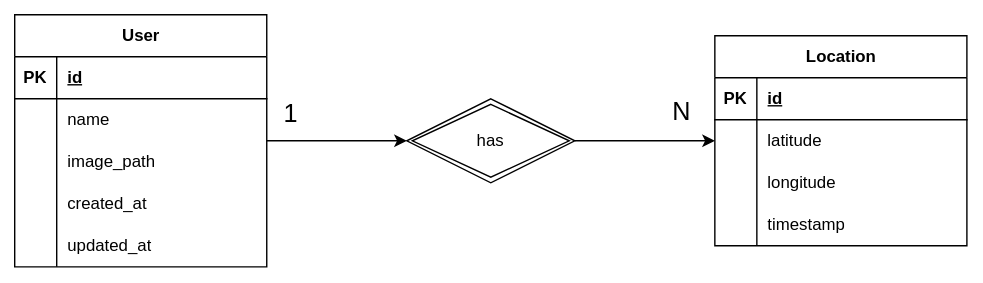
Before: docs/db-schema.drawio.svg, a diagram exported from draw.io (lchristmann/selfhosted-tracker-backend). Source tidied: cells renumbered, new cells last; positions are measured from the earlier drawing's top-left corner, leaving out a move shared by most shapes. Source of this version:
```xml
<mxGraphModel background="#ffffff">
  <root>
    <mxCell id="0" />
    <mxCell id="1" parent="0" />
    <mxCell id="2" style="edgeStyle=none;html=1;" parent="1" edge="1" source="3" target="34">
      <mxGeometry relative="1" as="geometry" />
    </mxCell>
    <mxCell id="3" value="User" style="shape=table;startSize=30;rowLines=0;fontStyle=1;align=center;html=1;" parent="1" vertex="1">
      <mxGeometry width="180" height="180" as="geometry" />
    </mxCell>
    <mxCell id="4" style="shape=tableRow;horizontal=0;startSize=0;swimlaneHead=0;swimlaneBody=0;fillColor=none;top=0;left=0;right=0;bottom=1;" parent="3" vertex="1">
      <mxGeometry y="30" width="180" height="30" as="geometry" />
    </mxCell>
    <mxCell id="5" value="PK" style="shape=partialRectangle;fillColor=none;top=0;left=0;bottom=0;right=0;fontStyle=1;overflow=hidden;whiteSpace=wrap;html=1;" parent="4" vertex="1">
      <mxGeometry width="30" height="30" as="geometry" />
    </mxCell>
    <mxCell id="6" value="id" style="shape=partialRectangle;fillColor=none;top=0;left=0;bottom=0;right=0;align=left;spacingLeft=6;fontStyle=5;overflow=hidden;whiteSpace=wrap;html=1;" parent="4" vertex="1">
      <mxGeometry x="30" width="150" height="30" as="geometry" />
    </mxCell>
    <mxCell id="7" style="shape=tableRow;horizontal=0;startSize=0;swimlaneHead=0;swimlaneBody=0;fillColor=none;top=0;left=0;right=0;bottom=0;" parent="3" vertex="1">
      <mxGeometry y="60" width="180" height="30" as="geometry" />
    </mxCell>
    <mxCell id="8" style="shape=partialRectangle;fillColor=none;top=0;left=0;bottom=0;right=0;overflow=hidden;whiteSpace=wrap;html=1;" parent="7" vertex="1">
      <mxGeometry width="30" height="30" as="geometry" />
    </mxCell>
    <mxCell id="9" value="name" style="shape=partialRectangle;fillColor=none;top=0;left=0;bottom=0;right=0;align=left;spacingLeft=6;overflow=hidden;whiteSpace=wrap;html=1;" parent="7" vertex="1">
      <mxGeometry x="30" width="150" height="30" as="geometry" />
    </mxCell>
    <mxCell id="10" style="shape=tableRow;horizontal=0;startSize=0;swimlaneHead=0;swimlaneBody=0;fillColor=none;top=0;left=0;right=0;bottom=0;" parent="3" vertex="1">
      <mxGeometry y="90" width="180" height="30" as="geometry" />
    </mxCell>
    <mxCell id="11" style="shape=partialRectangle;fillColor=none;top=0;left=0;bottom=0;right=0;overflow=hidden;whiteSpace=wrap;html=1;" parent="10" vertex="1">
      <mxGeometry width="30" height="30" as="geometry" />
    </mxCell>
    <mxCell id="12" value="image_path" style="shape=partialRectangle;fillColor=none;top=0;left=0;bottom=0;right=0;align=left;spacingLeft=6;overflow=hidden;whiteSpace=wrap;html=1;" parent="10" vertex="1">
      <mxGeometry x="30" width="150" height="30" as="geometry" />
    </mxCell>
    <mxCell id="13" style="shape=tableRow;horizontal=0;startSize=0;swimlaneHead=0;swimlaneBody=0;fillColor=none;top=0;left=0;right=0;bottom=0;" parent="3" vertex="1">
      <mxGeometry y="120" width="180" height="30" as="geometry" />
    </mxCell>
    <mxCell id="14" style="shape=partialRectangle;fillColor=none;top=0;left=0;bottom=0;right=0;overflow=hidden;whiteSpace=wrap;html=1;" parent="13" vertex="1">
      <mxGeometry width="30" height="30" as="geometry" />
    </mxCell>
    <mxCell id="15" value="created_at" style="shape=partialRectangle;fillColor=none;top=0;left=0;bottom=0;right=0;align=left;spacingLeft=6;overflow=hidden;whiteSpace=wrap;html=1;" parent="13" vertex="1">
      <mxGeometry x="30" width="150" height="30" as="geometry" />
    </mxCell>
    <mxCell id="16" style="shape=tableRow;horizontal=0;startSize=0;swimlaneHead=0;swimlaneBody=0;fillColor=none;top=0;left=0;right=0;bottom=0;" parent="3" vertex="1">
      <mxGeometry y="150" width="180" height="30" as="geometry" />
    </mxCell>
    <mxCell id="17" style="shape=partialRectangle;fillColor=none;top=0;left=0;bottom=0;right=0;overflow=hidden;whiteSpace=wrap;html=1;" parent="16" vertex="1">
      <mxGeometry width="30" height="30" as="geometry" />
    </mxCell>
    <mxCell id="18" value="updated_at" style="shape=partialRectangle;fillColor=none;top=0;left=0;bottom=0;right=0;align=left;spacingLeft=6;overflow=hidden;whiteSpace=wrap;html=1;" parent="16" vertex="1">
      <mxGeometry x="30" width="150" height="30" as="geometry" />
    </mxCell>
    <mxCell id="19" value="Location" style="shape=table;startSize=30;rowLines=0;fontStyle=1;align=center;html=1;" parent="1" vertex="1">
      <mxGeometry x="500" y="15" width="180" height="150" as="geometry" />
    </mxCell>
    <mxCell id="20" style="shape=tableRow;horizontal=0;startSize=0;swimlaneHead=0;swimlaneBody=0;fillColor=none;top=0;left=0;right=0;bottom=1;" parent="19" vertex="1">
      <mxGeometry y="30" width="180" height="30" as="geometry" />
    </mxCell>
    <mxCell id="21" value="PK" style="shape=partialRectangle;fillColor=none;top=0;left=0;bottom=0;right=0;fontStyle=1;overflow=hidden;whiteSpace=wrap;html=1;" parent="20" vertex="1">
      <mxGeometry width="30" height="30" as="geometry" />
    </mxCell>
    <mxCell id="22" value="id" style="shape=partialRectangle;fillColor=none;top=0;left=0;bottom=0;right=0;align=left;spacingLeft=6;fontStyle=5;overflow=hidden;whiteSpace=wrap;html=1;" parent="20" vertex="1">
      <mxGeometry x="30" width="150" height="30" as="geometry" />
    </mxCell>
    <mxCell id="23" style="shape=tableRow;horizontal=0;startSize=0;swimlaneHead=0;swimlaneBody=0;fillColor=none;top=0;left=0;right=0;bottom=0;" parent="19" vertex="1">
      <mxGeometry y="60" width="180" height="30" as="geometry" />
    </mxCell>
    <mxCell id="24" style="shape=partialRectangle;fillColor=none;top=0;left=0;bottom=0;right=0;overflow=hidden;whiteSpace=wrap;html=1;" parent="23" vertex="1">
      <mxGeometry width="30" height="30" as="geometry" />
    </mxCell>
    <mxCell id="25" value="latitude" style="shape=partialRectangle;fillColor=none;top=0;left=0;bottom=0;right=0;align=left;spacingLeft=6;overflow=hidden;whiteSpace=wrap;html=1;" parent="23" vertex="1">
      <mxGeometry x="30" width="150" height="30" as="geometry" />
    </mxCell>
    <mxCell id="26" style="shape=tableRow;horizontal=0;startSize=0;swimlaneHead=0;swimlaneBody=0;fillColor=none;top=0;left=0;right=0;bottom=0;" parent="19" vertex="1">
      <mxGeometry y="90" width="180" height="30" as="geometry" />
    </mxCell>
    <mxCell id="27" style="shape=partialRectangle;fillColor=none;top=0;left=0;bottom=0;right=0;overflow=hidden;whiteSpace=wrap;html=1;" parent="26" vertex="1">
      <mxGeometry width="30" height="30" as="geometry" />
    </mxCell>
    <mxCell id="28" value="longitude" style="shape=partialRectangle;fillColor=none;top=0;left=0;bottom=0;right=0;align=left;spacingLeft=6;overflow=hidden;whiteSpace=wrap;html=1;" parent="26" vertex="1">
      <mxGeometry x="30" width="150" height="30" as="geometry" />
    </mxCell>
    <mxCell id="29" style="shape=tableRow;horizontal=0;startSize=0;swimlaneHead=0;swimlaneBody=0;fillColor=none;top=0;left=0;right=0;bottom=0;" parent="19" vertex="1">
      <mxGeometry y="120" width="180" height="30" as="geometry" />
    </mxCell>
    <mxCell id="30" style="shape=partialRectangle;fillColor=none;top=0;left=0;bottom=0;right=0;overflow=hidden;whiteSpace=wrap;html=1;" parent="29" vertex="1">
      <mxGeometry width="30" height="30" as="geometry" />
    </mxCell>
    <mxCell id="31" value="timestamp" style="shape=partialRectangle;fillColor=none;top=0;left=0;bottom=0;right=0;align=left;spacingLeft=6;overflow=hidden;whiteSpace=wrap;html=1;" parent="29" vertex="1">
      <mxGeometry x="30" width="150" height="30" as="geometry" />
    </mxCell>
    <mxCell id="32" style="edgeStyle=none;html=1;" parent="1" edge="1" source="34" target="19">
      <mxGeometry relative="1" as="geometry" />
    </mxCell>
    <mxCell id="33" value="N" style="edgeLabel;html=1;align=center;verticalAlign=middle;fontSize=18;" parent="32" vertex="1">
      <mxGeometry x="0.54" y="3" relative="1" as="geometry">
        <mxPoint x="-2" y="-17" as="offset" />
      </mxGeometry>
    </mxCell>
    <mxCell id="34" value="has" style="shape=rhombus;double=1;perimeter=rhombusPerimeter;whiteSpace=wrap;html=1;align=center;" parent="1" vertex="1">
      <mxGeometry x="280" y="60" width="120" height="60" as="geometry" />
    </mxCell>
    <mxCell id="35" value="1" style="edgeLabel;html=1;align=center;verticalAlign=middle;fontSize=18;" parent="1" vertex="1">
      <mxGeometry x="350" y="75" as="geometry">
        <mxPoint x="-153" y="-4" as="offset" />
      </mxGeometry>
    </mxCell>
  </root>
</mxGraphModel>
```
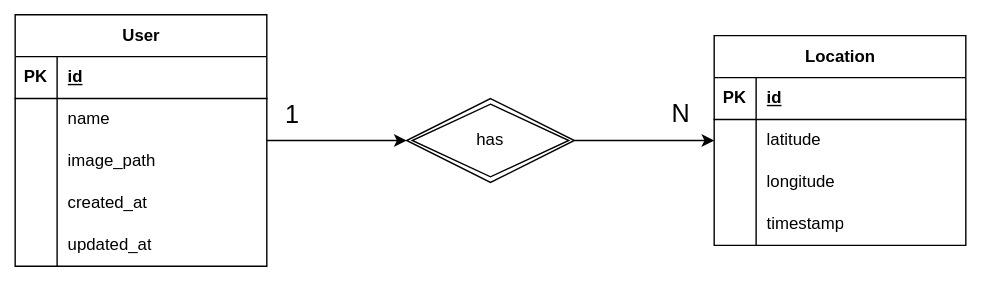
The same file after the commit.

The edit, as a diff of the source:
```diff
@@ -5,7 +5,7 @@
     <mxCell id="2" style="edgeStyle=none;html=1;" parent="1" edge="1" source="3" target="34">
       <mxGeometry relative="1" as="geometry" />
     </mxCell>
-    <mxCell id="3" value="User" style="shape=table;startSize=30;rowLines=0;fontStyle=1;align=center;html=1;" parent="1" vertex="1">
+    <mxCell id="3" value="&lt;span style=&quot;background-color: light-dark(#ffffff, var(--ge-dark-color, #121212));&quot;&gt;User&lt;/span&gt;" style="shape=table;startSize=30;rowLines=0;fontStyle=1;align=center;html=1;strokeColor=default;fillColor=default;labelBackgroundColor=default;" parent="1" vertex="1">
       <mxGeometry width="180" height="180" as="geometry" />
     </mxCell>
     <mxCell id="4" style="shape=tableRow;horizontal=0;startSize=0;swimlaneHead=0;swimlaneBody=0;fillColor=none;top=0;left=0;right=0;bottom=1;" parent="3" vertex="1">
@@ -53,7 +53,7 @@
     <mxCell id="18" value="updated_at" style="shape=partialRectangle;fillColor=none;top=0;left=0;bottom=0;right=0;align=left;spacingLeft=6;overflow=hidden;whiteSpace=wrap;html=1;" parent="16" vertex="1">
       <mxGeometry x="30" width="150" height="30" as="geometry" />
     </mxCell>
-    <mxCell id="19" value="Location" style="shape=table;startSize=30;rowLines=0;fontStyle=1;align=center;html=1;" parent="1" vertex="1">
+    <mxCell id="19" value="Location" style="shape=table;startSize=30;rowLines=0;fontStyle=1;align=center;html=1;labelBackgroundColor=default;" parent="1" vertex="1">
       <mxGeometry x="500" y="15" width="180" height="150" as="geometry" />
     </mxCell>
     <mxCell id="20" style="shape=tableRow;horizontal=0;startSize=0;swimlaneHead=0;swimlaneBody=0;fillColor=none;top=0;left=0;right=0;bottom=1;" parent="19" vertex="1">
@@ -100,7 +100,7 @@
         <mxPoint x="-2" y="-17" as="offset" />
       </mxGeometry>
     </mxCell>
-    <mxCell id="34" value="has" style="shape=rhombus;double=1;perimeter=rhombusPerimeter;whiteSpace=wrap;html=1;align=center;" parent="1" vertex="1">
+    <mxCell id="34" value="&lt;span style=&quot;&quot;&gt;has&lt;/span&gt;" style="shape=rhombus;double=1;perimeter=rhombusPerimeter;whiteSpace=wrap;html=1;align=center;labelBackgroundColor=default;" parent="1" vertex="1">
       <mxGeometry x="280" y="60" width="120" height="60" as="geometry" />
     </mxCell>
     <mxCell id="35" value="1" style="edgeLabel;html=1;align=center;verticalAlign=middle;fontSize=18;" parent="1" vertex="1">
```
